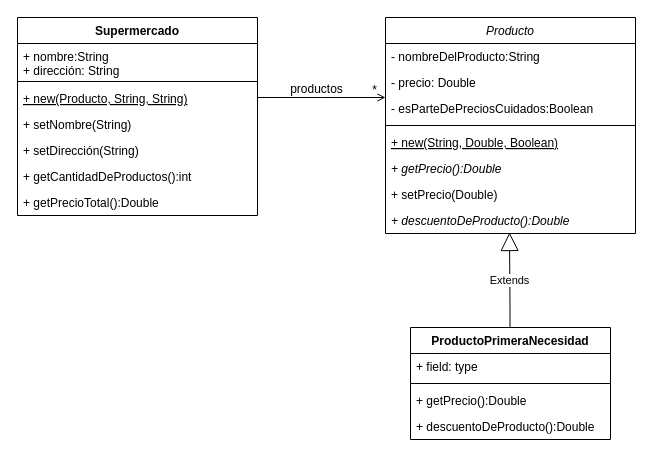
The draw.io diagram Unq-po2-tp4-ejercicio1.drawio in nhubczyk/unqui-po2-hubczyk, before the edit. Source tidied: cells renumbered, new cells numbered last; positions are measured from the earlier drawing's top-left corner, leaving out a move shared by most shapes. Both pictures are drawn from the tidied source at 100%, with x=0, y=0 at pixel (17, 17).
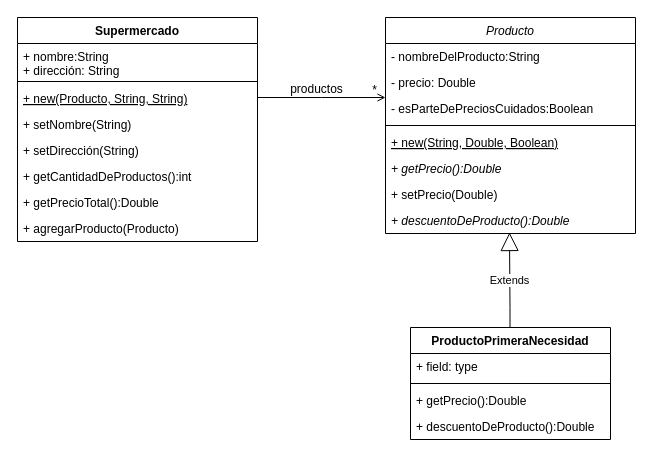
After the change.

What changed in the source:
```diff
@@
     <mxCell id="14" value="Supermercado" style="swimlane;fontStyle=1;align=center;verticalAlign=top;horizontal=1;startSize=26;" parent="1" vertex="1">
-      <mxGeometry width="240" height="198" as="geometry" />
+      <mxGeometry width="240" height="224" as="geometry" />
     </mxCell>
@@
+    <mxCell id="28" value="+ agregarProducto(Producto)" style="text;strokeColor=none;fillColor=none;align=left;verticalAlign=top;spacingLeft=4;spacingRight=4;overflow=hidden;" parent="14" vertex="1">
+      <mxGeometry y="198" width="240" height="26" as="geometry" />
+    </mxCell>
```
